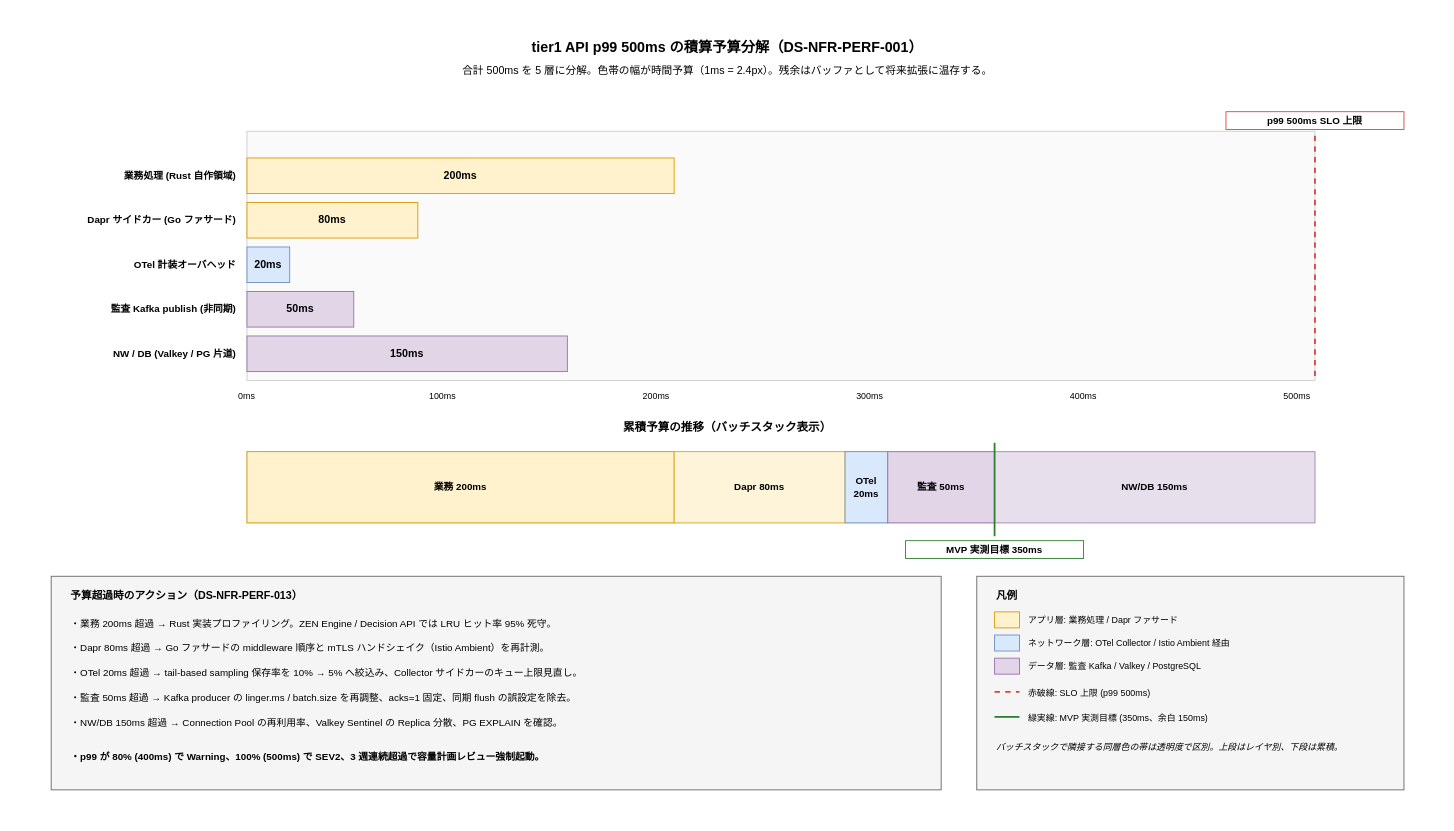
Above: docs/04_概要設計/50_非機能方式設計/img/p99_budget_breakdown.drawio in RyuheiKiso/k1s0 (draw.io), before the change. Source tidied: cells renumbered, new cells numbered last; positions are measured from the earlier drawing's top-left corner, leaving out a move shared by most shapes. Both pictures are drawn from the tidied source at 89%, with x=0, y=0 at pixel (15, 15).
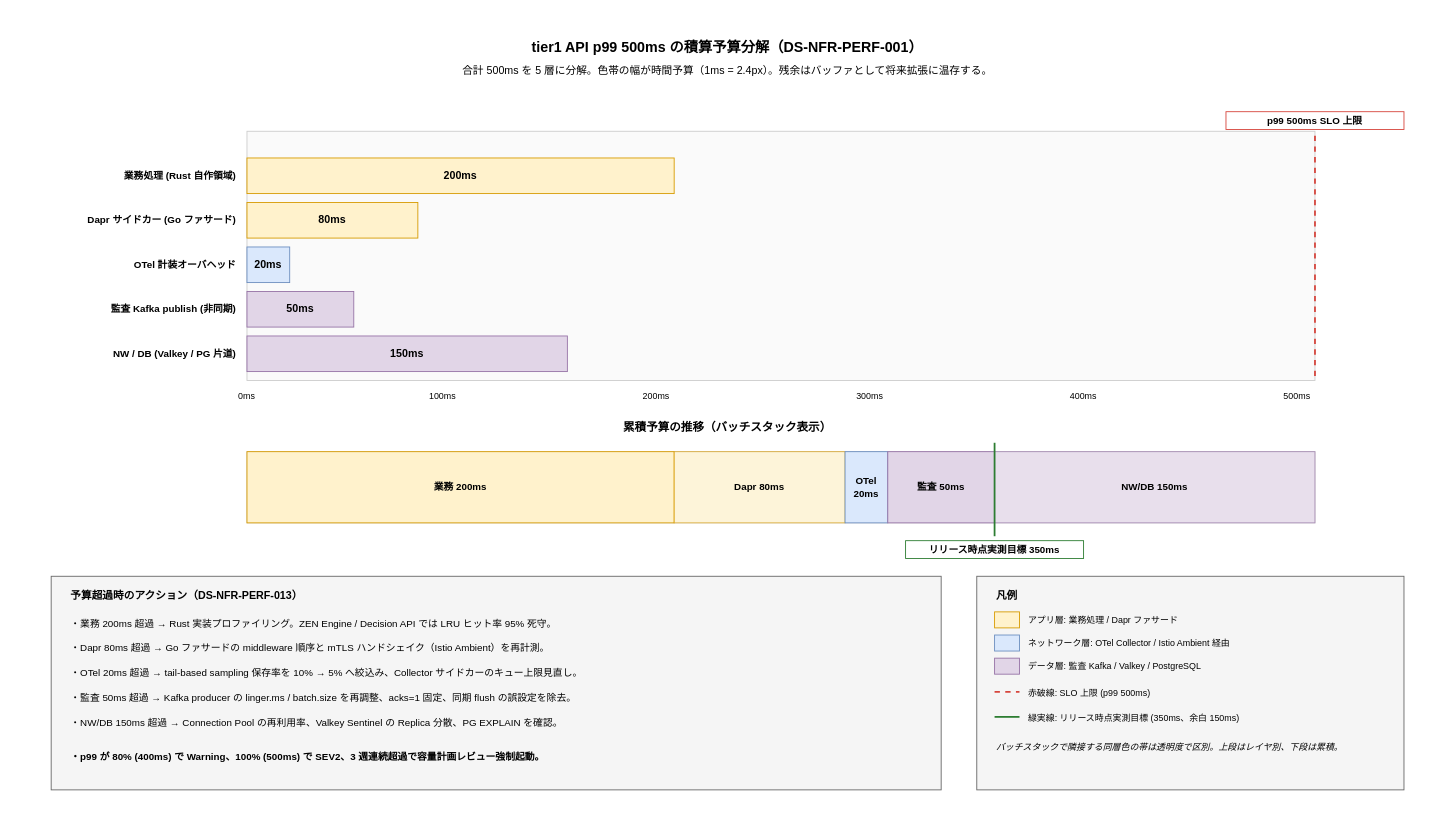
Above is the later version.

Change to the diagram source:
```diff
@@
-    <mxCell id="32" value="MVP 実測目標 350ms" style="text;html=1;strokeColor=#2d7d32;fillColor=#ffffff;align=center;verticalAlign=middle;whiteSpace=wrap;fontSize=11;fontStyle=1;" parent="1" vertex="1">
+    <mxCell id="32" value="リリース時点実測目標 350ms" style="text;html=1;strokeColor=#2d7d32;fillColor=#ffffff;align=center;verticalAlign=middle;whiteSpace=wrap;fontSize=11;fontStyle=1;" parent="1" vertex="1">
       <mxGeometry x="1000" y="590" width="200" height="20" as="geometry" />
     </mxCell>
@@
-    <mxCell id="52" value="緑実線: MVP 実測目標 (350ms、余白 150ms)" style="text;html=1;strokeColor=none;fillColor=none;align=left;verticalAlign=middle;whiteSpace=wrap;fontSize=10;" parent="1" vertex="1">
+    <mxCell id="52" value="緑実線: リリース時点実測目標 (350ms、余白 150ms)" style="text;html=1;strokeColor=none;fillColor=none;align=left;verticalAlign=middle;whiteSpace=wrap;fontSize=10;" parent="1" vertex="1">
       <mxGeometry x="1136" y="778" width="400" height="22" as="geometry" />
     </mxCell>
```
